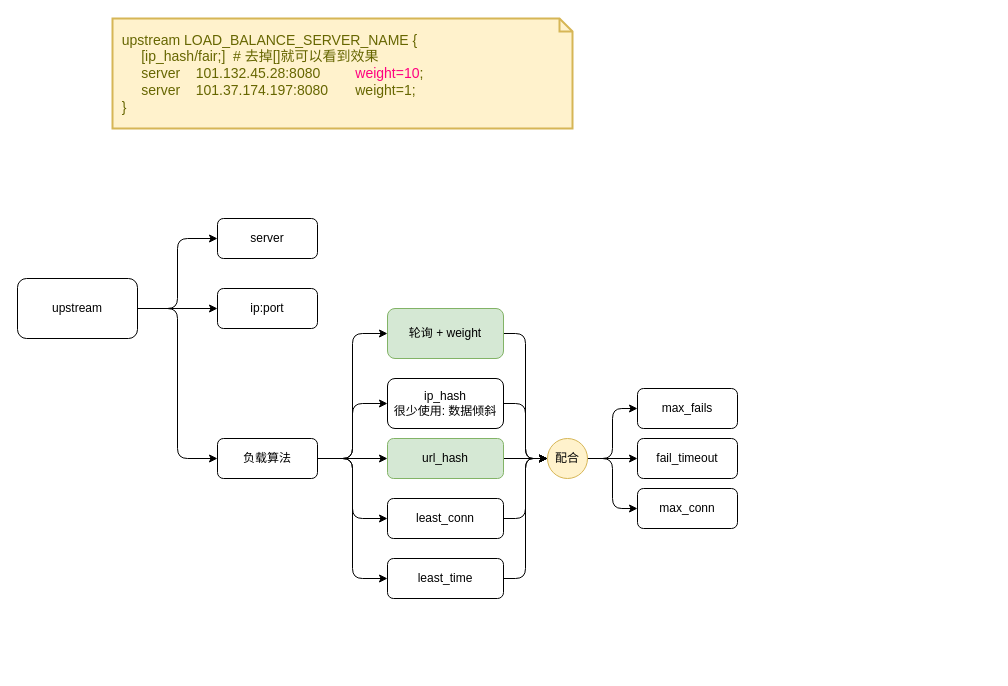
This is diagrams/lb/nginx/conf/http/02.upstream.dio from Alice52/diagrams, a draw.io file, before an edit. Source tidied: cells renumbered, new cells numbered last; positions are measured from the earlier drawing's top-left corner, leaving out a move shared by most shapes. Both pictures are drawn from the tidied source at 100%, with x=0, y=0 at pixel (17, 18).
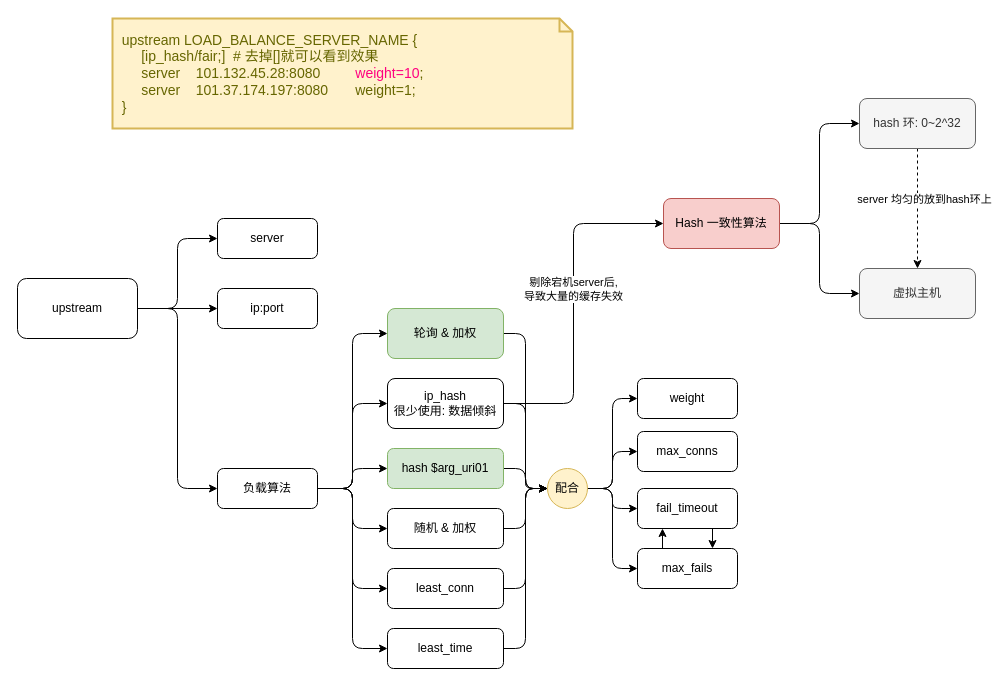
The same page after the edit.

Unchanged cells that the change refers to:
```xml
<mxCell id="18" value="ip_hash&lt;br&gt;很少使用: 数据倾斜" style="rounded=1;whiteSpace=wrap;html=1;" parent="1" vertex="1">
  <mxGeometry x="370" y="360" width="116" height="50" as="geometry" />
</mxCell>
```

What changed in the source:
```diff
@@
+    <mxCell id="32" style="edgeStyle=orthogonalEdgeStyle;rounded=1;jettySize=auto;html=1;entryX=0;entryY=0.5;entryDx=0;entryDy=0;" parent="1" edge="1" source="14" target="40">
+      <mxGeometry relative="1" as="geometry" />
+    </mxCell>
     <mxCell id="14" value="负载算法" style="rounded=1;whiteSpace=wrap;html=1;" parent="1" vertex="1">
-      <mxGeometry x="200" y="420" width="100" height="40" as="geometry" />
+      <mxGeometry x="200" y="450" width="100" height="40" as="geometry" />
     </mxCell>
@@
-    <mxCell id="16" value="轮询 + weight" style="rounded=1;whiteSpace=wrap;html=1;fillColor=#d5e8d4;strokeColor=#82b366;" parent="1" vertex="1">
+    <mxCell id="16" value="轮询 &amp;amp; 加权" style="rounded=1;whiteSpace=wrap;html=1;fillColor=#d5e8d4;strokeColor=#82b366;" parent="1" vertex="1">
       <mxGeometry x="370" y="290" width="116" height="50" as="geometry" />
     </mxCell>
@@
+    <mxCell id="33" style="edgeStyle=orthogonalEdgeStyle;rounded=1;jettySize=auto;html=1;entryX=0;entryY=0.5;entryDx=0;entryDy=0;" parent="1" edge="1" source="18" target="43">
+      <mxGeometry relative="1" as="geometry">
+        <Array as="points">
+          <mxPoint x="556" y="385" />
+          <mxPoint x="556" y="205" />
+        </Array>
+      </mxGeometry>
+    </mxCell>
+    <mxCell id="34" value="剔除宕机server后, &lt;br&gt;导致大量的缓存失效" style="edgeLabel;html=1;align=center;verticalAlign=middle;" parent="33" vertex="1">
+      <mxGeometry x="0.06" y="-1" relative="1" as="geometry">
+        <mxPoint x="-2" y="-5" as="offset" />
+      </mxGeometry>
+    </mxCell>
@@
-    <mxCell id="20" value="url_hash" style="rounded=1;whiteSpace=wrap;html=1;fillColor=#d5e8d4;strokeColor=#82b366;" parent="1" vertex="1">
-      <mxGeometry x="370" y="420" width="116" height="40" as="geometry" />
+    <mxCell id="20" value="hash $arg_uri01" style="rounded=1;whiteSpace=wrap;html=1;fillColor=#d5e8d4;strokeColor=#82b366;" parent="1" vertex="1">
+      <mxGeometry x="370" y="430" width="116" height="40" as="geometry" />
     </mxCell>
@@
     <mxCell id="22" value="least_conn" style="rounded=1;whiteSpace=wrap;html=1;" parent="1" vertex="1">
-      <mxGeometry x="370" y="480" width="116" height="40" as="geometry" />
+      <mxGeometry x="370" y="550" width="116" height="40" as="geometry" />
     </mxCell>
@@
     <mxCell id="24" value="least_time" style="rounded=1;whiteSpace=wrap;html=1;" parent="1" vertex="1">
-      <mxGeometry x="370" y="540" width="116" height="40" as="geometry" />
+      <mxGeometry x="370" y="610" width="116" height="40" as="geometry" />
     </mxCell>
+    <mxCell id="35" style="edgeStyle=orthogonalEdgeStyle;rounded=1;jettySize=auto;html=1;exitX=0.25;exitY=0;exitDx=0;exitDy=0;entryX=0.25;entryY=1;entryDx=0;entryDy=0;" parent="1" edge="1" source="25" target="26">
+      <mxGeometry relative="1" as="geometry" />
+    </mxCell>
     <mxCell id="25" value="max_fails" style="rounded=1;whiteSpace=wrap;html=1;" parent="1" vertex="1">
-      <mxGeometry x="620" y="370" width="100" height="40" as="geometry" />
+      <mxGeometry x="620" y="530" width="100" height="40" as="geometry" />
     </mxCell>
+    <mxCell id="36" style="edgeStyle=orthogonalEdgeStyle;rounded=1;jettySize=auto;html=1;exitX=0.75;exitY=1;exitDx=0;exitDy=0;entryX=0.75;entryY=0;entryDx=0;entryDy=0;" parent="1" edge="1" source="26" target="25">
+      <mxGeometry relative="1" as="geometry" />
+    </mxCell>
     <mxCell id="26" value="fail_timeout" style="rounded=1;whiteSpace=wrap;html=1;" parent="1" vertex="1">
-      <mxGeometry x="620" y="420" width="100" height="40" as="geometry" />
+      <mxGeometry x="620" y="470" width="100" height="40" as="geometry" />
     </mxCell>
-    <mxCell id="27" value="max_conn" style="rounded=1;whiteSpace=wrap;html=1;" parent="1" vertex="1">
-      <mxGeometry x="620" y="470" width="100" height="40" as="geometry" />
+    <mxCell id="27" value="max_conns" style="rounded=1;whiteSpace=wrap;html=1;" parent="1" vertex="1">
+      <mxGeometry x="620" y="413" width="100" height="40" as="geometry" />
     </mxCell>
@@
+    <mxCell id="37" style="edgeStyle=orthogonalEdgeStyle;rounded=1;jettySize=auto;html=1;entryX=0;entryY=0.5;entryDx=0;entryDy=0;" parent="1" edge="1" source="31" target="38">
+      <mxGeometry relative="1" as="geometry" />
+    </mxCell>
     <mxCell id="31" value="配合" style="ellipse;whiteSpace=wrap;html=1;rounded=1;fillColor=#fff2cc;strokeColor=#d6b656;" parent="1" vertex="1">
-      <mxGeometry x="530" y="420" width="40" height="40" as="geometry" />
+      <mxGeometry x="530" y="450" width="40" height="40" as="geometry" />
     </mxCell>
+    <mxCell id="38" value="weight" style="rounded=1;whiteSpace=wrap;html=1;" parent="1" vertex="1">
+      <mxGeometry x="620" y="360" width="100" height="40" as="geometry" />
+    </mxCell>
+    <mxCell id="39" style="edgeStyle=orthogonalEdgeStyle;rounded=1;jettySize=auto;html=1;entryX=0;entryY=0.5;entryDx=0;entryDy=0;" parent="1" edge="1" source="40" target="31">
+      <mxGeometry relative="1" as="geometry" />
+    </mxCell>
+    <mxCell id="40" value="随机 &amp;amp; 加权" style="rounded=1;whiteSpace=wrap;html=1;" parent="1" vertex="1">
+      <mxGeometry x="370" y="490" width="116" height="40" as="geometry" />
+    </mxCell>
+    <mxCell id="41" style="edgeStyle=orthogonalEdgeStyle;rounded=1;jettySize=auto;html=1;entryX=0;entryY=0.5;entryDx=0;entryDy=0;" parent="1" edge="1" source="43" target="46">
+      <mxGeometry relative="1" as="geometry" />
+    </mxCell>
+    <mxCell id="42" style="edgeStyle=orthogonalEdgeStyle;rounded=1;jettySize=auto;html=1;entryX=0;entryY=0.5;entryDx=0;entryDy=0;" parent="1" edge="1" source="43" target="47">
+      <mxGeometry relative="1" as="geometry" />
+    </mxCell>
+    <mxCell id="43" value="Hash 一致性算法" style="rounded=1;whiteSpace=wrap;html=1;fillColor=#f8cecc;strokeColor=#b85450;" parent="1" vertex="1">
+      <mxGeometry x="646" y="180" width="116" height="50" as="geometry" />
+    </mxCell>
+    <mxCell id="44" style="edgeStyle=orthogonalEdgeStyle;rounded=1;jettySize=auto;html=1;dashed=1;" parent="1" edge="1" source="46" target="47">
+      <mxGeometry relative="1" as="geometry" />
+    </mxCell>
+    <mxCell id="45" value="server 均匀的放到hash环上" style="edgeLabel;html=1;align=center;verticalAlign=middle;" parent="44" vertex="1">
+      <mxGeometry x="-0.27" y="3" relative="1" as="geometry">
+        <mxPoint x="3" y="6" as="offset" />
+      </mxGeometry>
+    </mxCell>
+    <mxCell id="46" value="hash 环: 0~2^32" style="rounded=1;whiteSpace=wrap;html=1;fillColor=#f5f5f5;strokeColor=#666666;fontColor=#333333;" parent="1" vertex="1">
+      <mxGeometry x="842" y="80" width="116" height="50" as="geometry" />
+    </mxCell>
+    <mxCell id="47" value="虚拟主机" style="rounded=1;whiteSpace=wrap;html=1;fillColor=#f5f5f5;strokeColor=#666666;fontColor=#333333;" parent="1" vertex="1">
+      <mxGeometry x="842" y="250" width="116" height="50" as="geometry" />
+    </mxCell>
```
